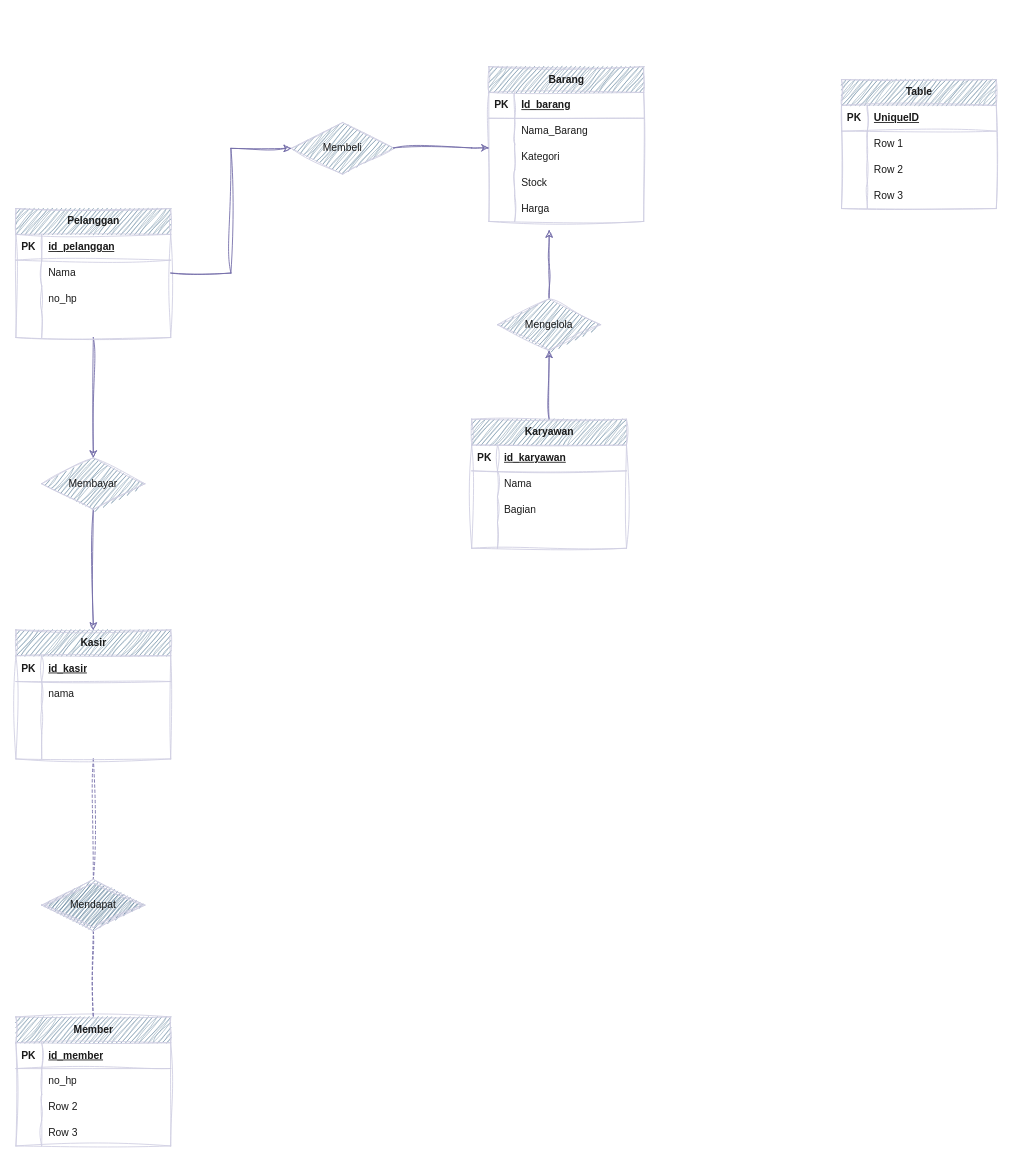
DikaWasHere/pbo keeps this draw.io diagram as Untitled Diagram.drawio. Above is the earlier version. Source tidied: cells renumbered, new cells numbered last; positions are measured from the earlier drawing's top-left corner, leaving out a move shared by most shapes. Both pictures are drawn from the tidied source at 86%, with x=0, y=0 at pixel (15, 66).
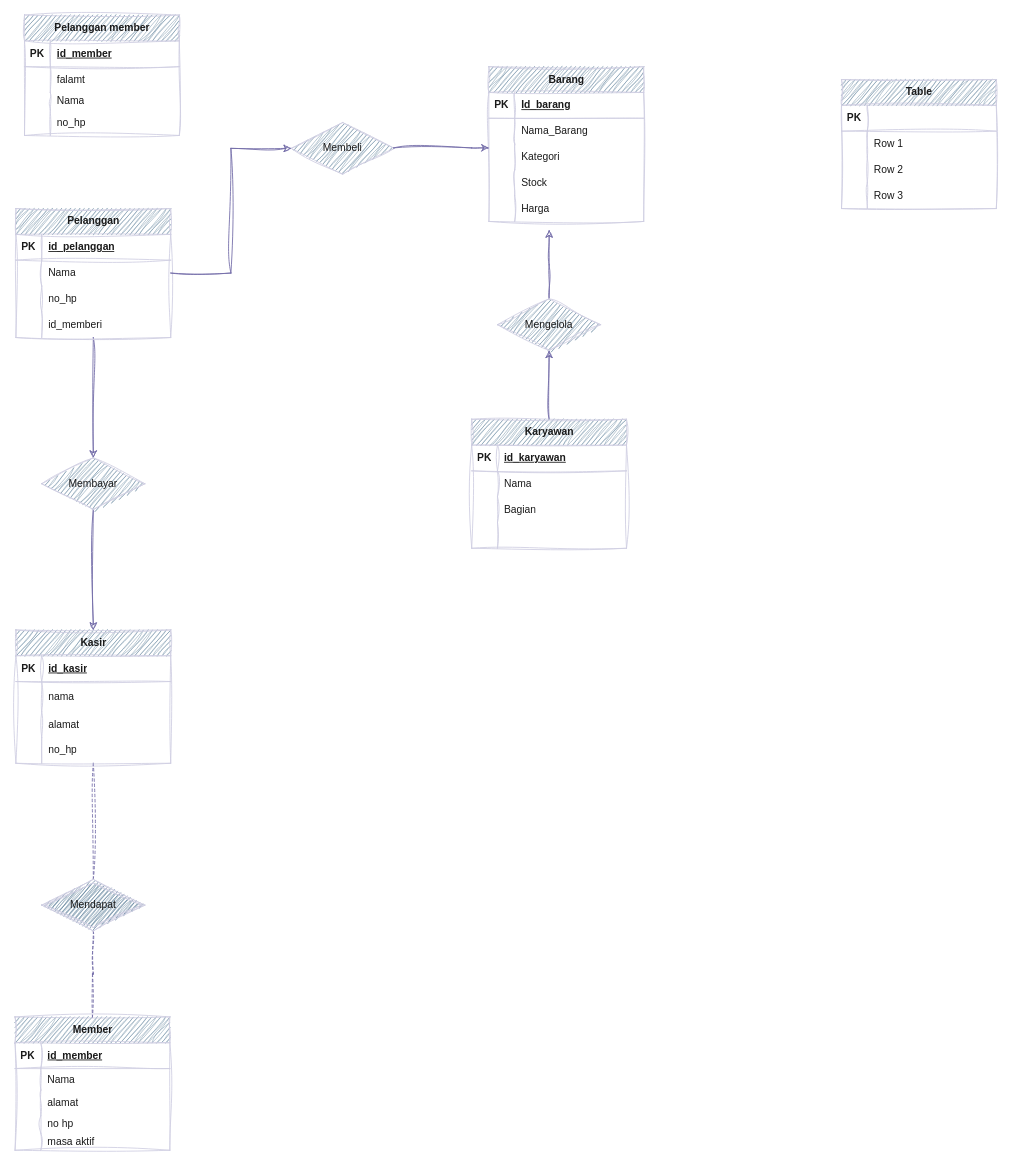
The same page after the edit.

The change refers to these unchanged cells:
```xml
<mxCell id="13" style="shape=tableRow;horizontal=0;startSize=0;swimlaneHead=0;swimlaneBody=0;fillColor=none;top=0;left=0;right=0;bottom=0;sketch=1;curveFitting=1;jiggle=2;labelBackgroundColor=none;strokeColor=#D0CEE2;fontColor=#1A1A1A;" parent="3" vertex="1">
  <mxGeometry y="120" width="180" height="30" as="geometry" />
</mxCell>
<mxCell id="83" style="shape=tableRow;horizontal=0;startSize=0;swimlaneHead=0;swimlaneBody=0;fillColor=none;top=0;left=0;right=0;bottom=1;sketch=1;curveFitting=1;jiggle=2;labelBackgroundColor=none;strokeColor=#D0CEE2;fontColor=#1A1A1A;" parent="82" vertex="1">
  <mxGeometry y="30" width="180" height="30" as="geometry" />
</mxCell>
```

Diff of the diagram source:
```diff
@@
-    <mxCell id="15" style="shape=partialRectangle;fillColor=none;top=0;left=0;bottom=0;right=0;align=left;spacingLeft=6;overflow=hidden;whiteSpace=wrap;html=1;sketch=1;curveFitting=1;jiggle=2;labelBackgroundColor=none;strokeColor=#D0CEE2;fontColor=#1A1A1A;" parent="13" vertex="1">
+    <mxCell id="15" value="id_memberi" style="shape=partialRectangle;fillColor=none;top=0;left=0;bottom=0;right=0;align=left;spacingLeft=6;overflow=hidden;whiteSpace=wrap;html=1;sketch=1;curveFitting=1;jiggle=2;labelBackgroundColor=none;strokeColor=#D0CEE2;fontColor=#1A1A1A;" parent="13" vertex="1">
       <mxGeometry x="30" width="150" height="30" as="geometry" />
     </mxCell>
@@
     <mxCell id="52" value="Kasir" style="shape=table;startSize=30;childLayout=tableLayout;rowLines=0;fontStyle=1;align=center;html=1;sketch=1;curveFitting=1;jiggle=2;labelBackgroundColor=none;fillColor=#5D7F99;strokeColor=#D0CEE2;fontColor=#1A1A1A;" parent="1" vertex="1">
-      <mxGeometry y="655" width="180" height="150" as="geometry" />
+      <mxGeometry y="655" width="180" height="155" as="geometry" />
     </mxCell>
@@
     <mxCell id="56" style="shape=tableRow;horizontal=0;startSize=0;swimlaneHead=0;swimlaneBody=0;fillColor=none;top=0;left=0;right=0;bottom=0;sketch=1;curveFitting=1;jiggle=2;labelBackgroundColor=none;strokeColor=#D0CEE2;fontColor=#1A1A1A;" parent="52" vertex="1">
-      <mxGeometry y="60" width="180" height="30" as="geometry" />
+      <mxGeometry y="60" width="180" height="35" as="geometry" />
     </mxCell>
     <mxCell id="57" style="shape=partialRectangle;fillColor=none;top=0;left=0;bottom=0;right=0;overflow=hidden;whiteSpace=wrap;html=1;sketch=1;curveFitting=1;jiggle=2;labelBackgroundColor=none;strokeColor=#D0CEE2;fontColor=#1A1A1A;" parent="56" vertex="1">
-      <mxGeometry width="30" height="30" as="geometry" />
+      <mxGeometry width="30" height="35" as="geometry" />
     </mxCell>
     <mxCell id="58" value="nama&amp;nbsp;" style="shape=partialRectangle;fillColor=none;top=0;left=0;bottom=0;right=0;align=left;spacingLeft=6;overflow=hidden;whiteSpace=wrap;html=1;sketch=1;curveFitting=1;jiggle=2;labelBackgroundColor=none;strokeColor=#D0CEE2;fontColor=#1A1A1A;" parent="56" vertex="1">
-      <mxGeometry x="30" width="150" height="30" as="geometry" />
+      <mxGeometry x="30" width="150" height="35" as="geometry" />
     </mxCell>
     <mxCell id="59" style="shape=tableRow;horizontal=0;startSize=0;swimlaneHead=0;swimlaneBody=0;fillColor=none;top=0;left=0;right=0;bottom=0;sketch=1;curveFitting=1;jiggle=2;labelBackgroundColor=none;strokeColor=#D0CEE2;fontColor=#1A1A1A;" parent="52" vertex="1">
-      <mxGeometry y="90" width="180" height="30" as="geometry" />
+      <mxGeometry y="95" width="180" height="30" as="geometry" />
     </mxCell>
@@
-    <mxCell id="61" style="shape=partialRectangle;fillColor=none;top=0;left=0;bottom=0;right=0;align=left;spacingLeft=6;overflow=hidden;whiteSpace=wrap;html=1;sketch=1;curveFitting=1;jiggle=2;labelBackgroundColor=none;strokeColor=#D0CEE2;fontColor=#1A1A1A;" parent="59" vertex="1">
+    <mxCell id="61" value="alamat" style="shape=partialRectangle;fillColor=none;top=0;left=0;bottom=0;right=0;align=left;spacingLeft=6;overflow=hidden;whiteSpace=wrap;html=1;sketch=1;curveFitting=1;jiggle=2;labelBackgroundColor=none;strokeColor=#D0CEE2;fontColor=#1A1A1A;" parent="59" vertex="1">
       <mxGeometry x="30" width="150" height="30" as="geometry" />
     </mxCell>
     <mxCell id="62" style="shape=tableRow;horizontal=0;startSize=0;swimlaneHead=0;swimlaneBody=0;fillColor=none;top=0;left=0;right=0;bottom=0;sketch=1;curveFitting=1;jiggle=2;labelBackgroundColor=none;strokeColor=#D0CEE2;fontColor=#1A1A1A;" parent="52" vertex="1">
-      <mxGeometry y="120" width="180" height="30" as="geometry" />
+      <mxGeometry y="125" width="180" height="30" as="geometry" />
     </mxCell>
@@
-    <mxCell id="64" style="shape=partialRectangle;fillColor=none;top=0;left=0;bottom=0;right=0;align=left;spacingLeft=6;overflow=hidden;whiteSpace=wrap;html=1;sketch=1;curveFitting=1;jiggle=2;labelBackgroundColor=none;strokeColor=#D0CEE2;fontColor=#1A1A1A;" parent="62" vertex="1">
+    <mxCell id="64" value="no_hp" style="shape=partialRectangle;fillColor=none;top=0;left=0;bottom=0;right=0;align=left;spacingLeft=6;overflow=hidden;whiteSpace=wrap;html=1;sketch=1;curveFitting=1;jiggle=2;labelBackgroundColor=none;strokeColor=#D0CEE2;fontColor=#1A1A1A;" parent="62" vertex="1">
       <mxGeometry x="30" width="150" height="30" as="geometry" />
     </mxCell>
@@
     <mxCell id="67" value="Member" style="shape=table;startSize=30;childLayout=tableLayout;rowLines=0;fontStyle=1;align=center;html=1;sketch=1;curveFitting=1;jiggle=2;labelBackgroundColor=none;fillColor=#5D7F99;strokeColor=#D0CEE2;fontColor=#1A1A1A;" parent="1" vertex="1">
-      <mxGeometry y="1105" width="180" height="150" as="geometry" />
+      <mxGeometry x="-1" y="1105" width="180" height="155" as="geometry" />
     </mxCell>
@@
     <mxCell id="71" style="shape=tableRow;horizontal=0;startSize=0;swimlaneHead=0;swimlaneBody=0;fillColor=none;top=0;left=0;right=0;bottom=0;sketch=1;curveFitting=1;jiggle=2;labelBackgroundColor=none;strokeColor=#D0CEE2;fontColor=#1A1A1A;" parent="67" vertex="1">
-      <mxGeometry y="60" width="180" height="30" as="geometry" />
+      <mxGeometry y="60" width="180" height="25" as="geometry" />
     </mxCell>
     <mxCell id="72" style="shape=partialRectangle;fillColor=none;top=0;left=0;bottom=0;right=0;overflow=hidden;whiteSpace=wrap;html=1;sketch=1;curveFitting=1;jiggle=2;labelBackgroundColor=none;strokeColor=#D0CEE2;fontColor=#1A1A1A;" parent="71" vertex="1">
-      <mxGeometry width="30" height="30" as="geometry" />
+      <mxGeometry width="30" height="25" as="geometry" />
     </mxCell>
-    <mxCell id="73" value="no_hp" style="shape=partialRectangle;fillColor=none;top=0;left=0;bottom=0;right=0;align=left;spacingLeft=6;overflow=hidden;whiteSpace=wrap;html=1;sketch=1;curveFitting=1;jiggle=2;labelBackgroundColor=none;strokeColor=#D0CEE2;fontColor=#1A1A1A;" parent="71" vertex="1">
-      <mxGeometry x="30" width="150" height="30" as="geometry" />
+    <mxCell id="73" value="Nama" style="shape=partialRectangle;fillColor=none;top=0;left=0;bottom=0;right=0;align=left;spacingLeft=6;overflow=hidden;whiteSpace=wrap;html=1;sketch=1;curveFitting=1;jiggle=2;labelBackgroundColor=none;strokeColor=#D0CEE2;fontColor=#1A1A1A;" parent="71" vertex="1">
+      <mxGeometry x="30" width="150" height="25" as="geometry" />
     </mxCell>
     <mxCell id="74" style="shape=tableRow;horizontal=0;startSize=0;swimlaneHead=0;swimlaneBody=0;fillColor=none;top=0;left=0;right=0;bottom=0;sketch=1;curveFitting=1;jiggle=2;labelBackgroundColor=none;strokeColor=#D0CEE2;fontColor=#1A1A1A;" parent="67" vertex="1">
-      <mxGeometry y="90" width="180" height="30" as="geometry" />
+      <mxGeometry y="85" width="180" height="30" as="geometry" />
     </mxCell>
@@
-    <mxCell id="76" value="Row 2" style="shape=partialRectangle;fillColor=none;top=0;left=0;bottom=0;right=0;align=left;spacingLeft=6;overflow=hidden;whiteSpace=wrap;html=1;sketch=1;curveFitting=1;jiggle=2;labelBackgroundColor=none;strokeColor=#D0CEE2;fontColor=#1A1A1A;" parent="74" vertex="1">
+    <mxCell id="76" value="alamat" style="shape=partialRectangle;fillColor=none;top=0;left=0;bottom=0;right=0;align=left;spacingLeft=6;overflow=hidden;whiteSpace=wrap;html=1;sketch=1;curveFitting=1;jiggle=2;labelBackgroundColor=none;strokeColor=#D0CEE2;fontColor=#1A1A1A;" parent="74" vertex="1">
       <mxGeometry x="30" width="150" height="30" as="geometry" />
     </mxCell>
     <mxCell id="77" style="shape=tableRow;horizontal=0;startSize=0;swimlaneHead=0;swimlaneBody=0;fillColor=none;top=0;left=0;right=0;bottom=0;sketch=1;curveFitting=1;jiggle=2;labelBackgroundColor=none;strokeColor=#D0CEE2;fontColor=#1A1A1A;" parent="67" vertex="1">
-      <mxGeometry y="120" width="180" height="30" as="geometry" />
+      <mxGeometry y="115" width="180" height="20" as="geometry" />
     </mxCell>
     <mxCell id="78" style="shape=partialRectangle;fillColor=none;top=0;left=0;bottom=0;right=0;overflow=hidden;whiteSpace=wrap;html=1;sketch=1;curveFitting=1;jiggle=2;labelBackgroundColor=none;strokeColor=#D0CEE2;fontColor=#1A1A1A;" parent="77" vertex="1">
-      <mxGeometry width="30" height="30" as="geometry" />
+      <mxGeometry width="30" height="20" as="geometry" />
     </mxCell>
-    <mxCell id="79" value="Row 3" style="shape=partialRectangle;fillColor=none;top=0;left=0;bottom=0;right=0;align=left;spacingLeft=6;overflow=hidden;whiteSpace=wrap;html=1;sketch=1;curveFitting=1;jiggle=2;labelBackgroundColor=none;strokeColor=#D0CEE2;fontColor=#1A1A1A;" parent="77" vertex="1">
-      <mxGeometry x="30" width="150" height="30" as="geometry" />
+    <mxCell id="79" value="no hp" style="shape=partialRectangle;fillColor=none;top=0;left=0;bottom=0;right=0;align=left;spacingLeft=6;overflow=hidden;whiteSpace=wrap;html=1;sketch=1;curveFitting=1;jiggle=2;labelBackgroundColor=none;strokeColor=#D0CEE2;fontColor=#1A1A1A;" parent="77" vertex="1">
+      <mxGeometry x="30" width="150" height="20" as="geometry" />
     </mxCell>
+    <mxCell id="95" style="shape=tableRow;horizontal=0;startSize=0;swimlaneHead=0;swimlaneBody=0;fillColor=none;top=0;left=0;right=0;bottom=0;sketch=1;curveFitting=1;jiggle=2;labelBackgroundColor=none;strokeColor=#D0CEE2;fontColor=#1A1A1A;" parent="67" vertex="1">
+      <mxGeometry y="135" width="180" height="20" as="geometry" />
+    </mxCell>
+    <mxCell id="96" style="shape=partialRectangle;fillColor=none;top=0;left=0;bottom=0;right=0;overflow=hidden;whiteSpace=wrap;html=1;sketch=1;curveFitting=1;jiggle=2;labelBackgroundColor=none;strokeColor=#D0CEE2;fontColor=#1A1A1A;" parent="95" vertex="1">
+      <mxGeometry width="30" height="20" as="geometry" />
+    </mxCell>
+    <mxCell id="97" value="masa aktif" style="shape=partialRectangle;fillColor=none;top=0;left=0;bottom=0;right=0;align=left;spacingLeft=6;overflow=hidden;whiteSpace=wrap;html=1;sketch=1;curveFitting=1;jiggle=2;labelBackgroundColor=none;strokeColor=#D0CEE2;fontColor=#1A1A1A;" parent="95" vertex="1">
+      <mxGeometry x="30" width="150" height="20" as="geometry" />
+    </mxCell>
@@
-    <mxCell id="85" value="UniqueID" style="shape=partialRectangle;fillColor=none;top=0;left=0;bottom=0;right=0;align=left;spacingLeft=6;fontStyle=5;overflow=hidden;whiteSpace=wrap;html=1;sketch=1;curveFitting=1;jiggle=2;labelBackgroundColor=none;strokeColor=#D0CEE2;fontColor=#1A1A1A;" parent="83" vertex="1">
+    <mxCell id="85" style="shape=partialRectangle;fillColor=none;top=0;left=0;bottom=0;right=0;align=left;spacingLeft=6;fontStyle=5;overflow=hidden;whiteSpace=wrap;html=1;sketch=1;curveFitting=1;jiggle=2;labelBackgroundColor=none;strokeColor=#D0CEE2;fontColor=#1A1A1A;" parent="83" vertex="1">
       <mxGeometry x="30" width="150" height="30" as="geometry" />
     </mxCell>
@@
+    <mxCell id="98" value="Pelanggan member" style="shape=table;startSize=30;childLayout=tableLayout;rowLines=0;fontStyle=1;align=center;html=1;sketch=1;curveFitting=1;jiggle=2;labelBackgroundColor=none;fillColor=#5D7F99;strokeColor=#D0CEE2;fontColor=#1A1A1A;" parent="1" vertex="1">
+      <mxGeometry x="10" y="-60" width="180" height="140" as="geometry" />
+    </mxCell>
+    <mxCell id="99" style="shape=tableRow;horizontal=0;startSize=0;swimlaneHead=0;swimlaneBody=0;fillColor=none;top=0;left=0;right=0;bottom=1;sketch=1;curveFitting=1;jiggle=2;labelBackgroundColor=none;strokeColor=#D0CEE2;fontColor=#1A1A1A;" parent="98" vertex="1">
+      <mxGeometry y="30" width="180" height="30" as="geometry" />
+    </mxCell>
+    <mxCell id="100" value="PK" style="shape=partialRectangle;fillColor=none;top=0;left=0;bottom=0;right=0;fontStyle=1;overflow=hidden;whiteSpace=wrap;html=1;sketch=1;curveFitting=1;jiggle=2;labelBackgroundColor=none;strokeColor=#D0CEE2;fontColor=#1A1A1A;" parent="99" vertex="1">
+      <mxGeometry width="30" height="30" as="geometry" />
+    </mxCell>
+    <mxCell id="101" value="id_member" style="shape=partialRectangle;fillColor=none;top=0;left=0;bottom=0;right=0;align=left;spacingLeft=6;fontStyle=5;overflow=hidden;whiteSpace=wrap;html=1;sketch=1;curveFitting=1;jiggle=2;labelBackgroundColor=none;strokeColor=#D0CEE2;fontColor=#1A1A1A;" parent="99" vertex="1">
+      <mxGeometry x="30" width="150" height="30" as="geometry" />
+    </mxCell>
+    <mxCell id="102" style="shape=tableRow;horizontal=0;startSize=0;swimlaneHead=0;swimlaneBody=0;fillColor=none;top=0;left=0;right=0;bottom=0;sketch=1;curveFitting=1;jiggle=2;labelBackgroundColor=none;strokeColor=#D0CEE2;fontColor=#1A1A1A;" parent="98" vertex="1">
+      <mxGeometry y="60" width="180" height="30" as="geometry" />
+    </mxCell>
+    <mxCell id="103" style="shape=partialRectangle;fillColor=none;top=0;left=0;bottom=0;right=0;overflow=hidden;whiteSpace=wrap;html=1;sketch=1;curveFitting=1;jiggle=2;labelBackgroundColor=none;strokeColor=#D0CEE2;fontColor=#1A1A1A;" parent="102" vertex="1">
+      <mxGeometry width="30" height="30" as="geometry" />
+    </mxCell>
+    <mxCell id="104" value="falamt" style="shape=partialRectangle;fillColor=none;top=0;left=0;bottom=0;right=0;align=left;spacingLeft=6;overflow=hidden;whiteSpace=wrap;html=1;sketch=1;curveFitting=1;jiggle=2;labelBackgroundColor=none;strokeColor=#D0CEE2;fontColor=#1A1A1A;" parent="102" vertex="1">
+      <mxGeometry x="30" width="150" height="30" as="geometry" />
+    </mxCell>
+    <mxCell id="105" style="shape=tableRow;horizontal=0;startSize=0;swimlaneHead=0;swimlaneBody=0;fillColor=none;top=0;left=0;right=0;bottom=0;sketch=1;curveFitting=1;jiggle=2;labelBackgroundColor=none;strokeColor=#D0CEE2;fontColor=#1A1A1A;" parent="98" vertex="1">
+      <mxGeometry y="90" width="180" height="20" as="geometry" />
+    </mxCell>
+    <mxCell id="106" style="shape=partialRectangle;fillColor=none;top=0;left=0;bottom=0;right=0;overflow=hidden;whiteSpace=wrap;html=1;sketch=1;curveFitting=1;jiggle=2;labelBackgroundColor=none;strokeColor=#D0CEE2;fontColor=#1A1A1A;" parent="105" vertex="1">
+      <mxGeometry width="30" height="20" as="geometry" />
+    </mxCell>
+    <mxCell id="107" value="Nama" style="shape=partialRectangle;fillColor=none;top=0;left=0;bottom=0;right=0;align=left;spacingLeft=6;overflow=hidden;whiteSpace=wrap;html=1;sketch=1;curveFitting=1;jiggle=2;labelBackgroundColor=none;strokeColor=#D0CEE2;fontColor=#1A1A1A;" parent="105" vertex="1">
+      <mxGeometry x="30" width="150" height="20" as="geometry" />
+    </mxCell>
+    <mxCell id="108" style="shape=tableRow;horizontal=0;startSize=0;swimlaneHead=0;swimlaneBody=0;fillColor=none;top=0;left=0;right=0;bottom=0;sketch=1;curveFitting=1;jiggle=2;labelBackgroundColor=none;strokeColor=#D0CEE2;fontColor=#1A1A1A;" parent="98" vertex="1">
+      <mxGeometry y="110" width="180" height="30" as="geometry" />
+    </mxCell>
+    <mxCell id="109" style="shape=partialRectangle;fillColor=none;top=0;left=0;bottom=0;right=0;overflow=hidden;whiteSpace=wrap;html=1;sketch=1;curveFitting=1;jiggle=2;labelBackgroundColor=none;strokeColor=#D0CEE2;fontColor=#1A1A1A;" parent="108" vertex="1">
+      <mxGeometry width="30" height="30" as="geometry" />
+    </mxCell>
+    <mxCell id="110" value="no_hp" style="shape=partialRectangle;fillColor=none;top=0;left=0;bottom=0;right=0;align=left;spacingLeft=6;overflow=hidden;whiteSpace=wrap;html=1;sketch=1;curveFitting=1;jiggle=2;labelBackgroundColor=none;strokeColor=#D0CEE2;fontColor=#1A1A1A;" parent="108" vertex="1">
+      <mxGeometry x="30" width="150" height="30" as="geometry" />
+    </mxCell>
```
